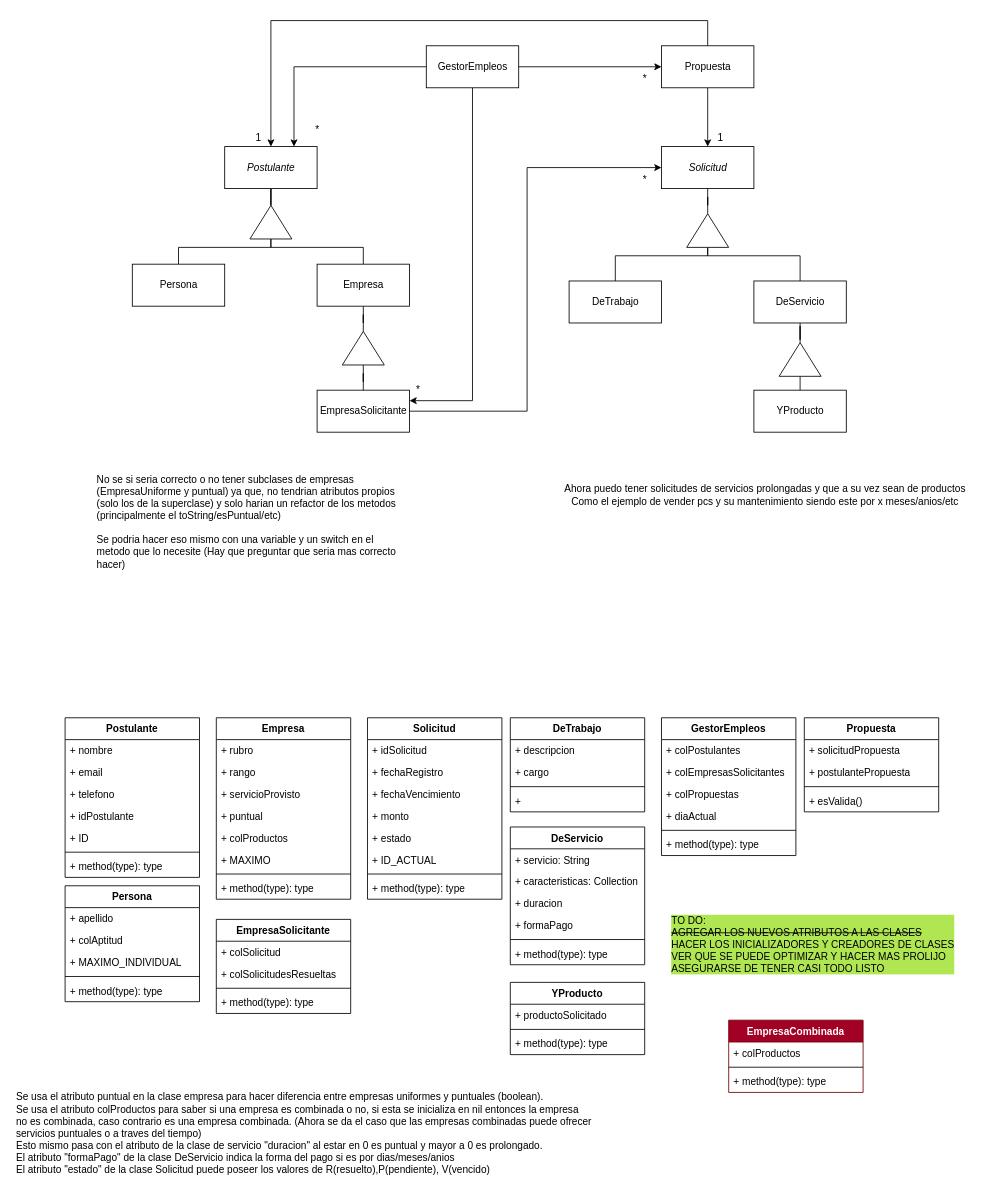
This is page "DiagramaClases" (1 of 8) of TPOFinal_POO.drawio from Torgeck/TPFinalPoo, a draw.io file, before an edit. Source tidied: cells renumbered, new cells numbered last; positions are measured from the earlier drawing's top-left corner, leaving out a move shared by most shapes. Both pictures are drawn from the tidied source at 84%, with x=0, y=0 at pixel (14, 20).
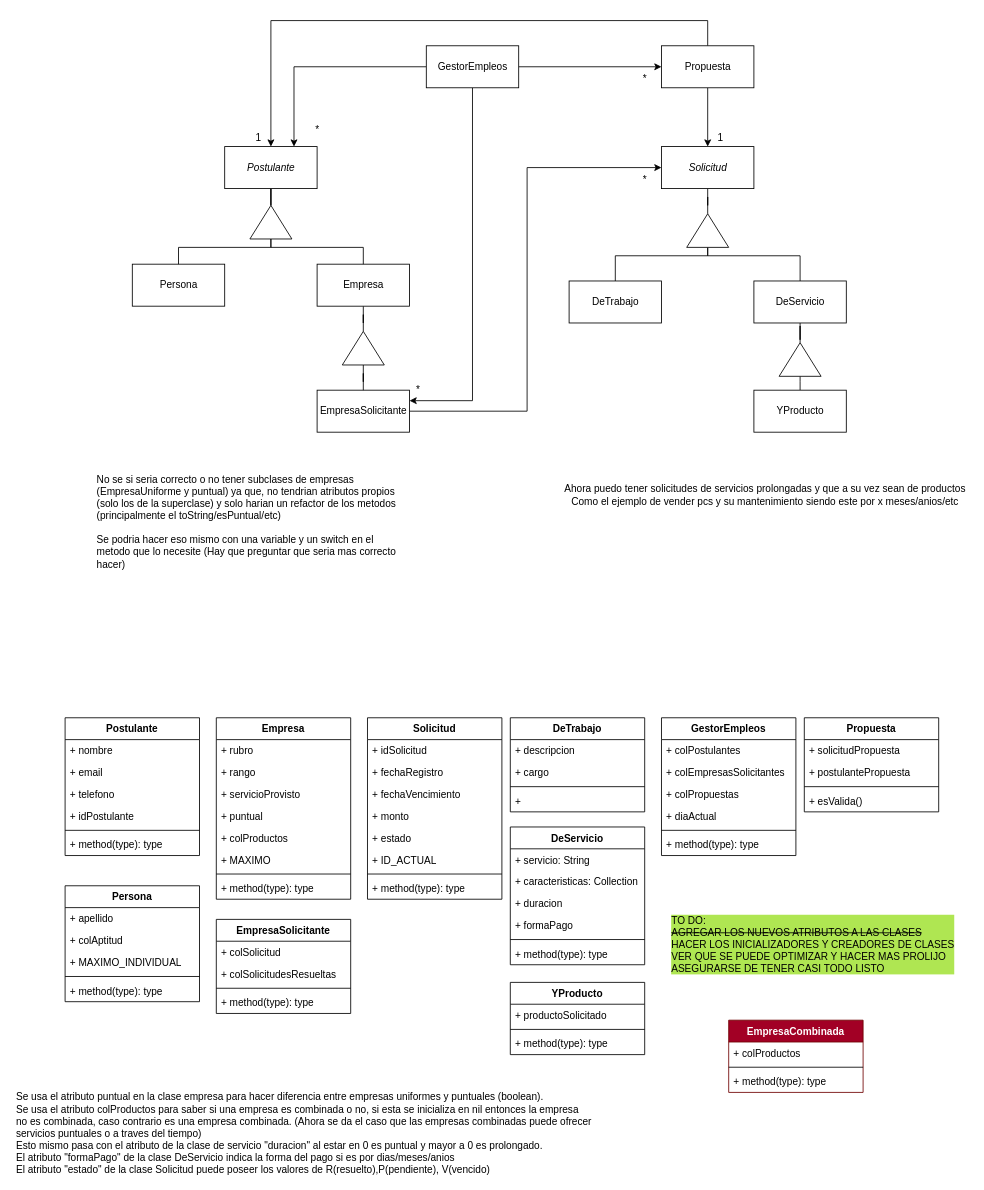
The same page after the edit.

What changed in the source:
```diff
@@
     <mxCell id="29" value="Postulante" style="swimlane;fontStyle=1;align=center;verticalAlign=top;horizontal=1;startSize=26;" parent="1" vertex="1">
-      <mxGeometry x="60" y="830" width="160" height="190" as="geometry" />
+      <mxGeometry x="60" y="830" width="160" height="164" as="geometry" />
     </mxCell>
@@
-    <mxCell id="34" value="+ ID" style="text;strokeColor=none;fillColor=none;align=left;verticalAlign=top;spacingLeft=4;spacingRight=4;overflow=hidden;" parent="29" vertex="1">
-      <mxGeometry y="130" width="160" height="26" as="geometry" />
-    </mxCell>
     <mxCell id="35" style="line;strokeWidth=1;fillColor=none;align=left;verticalAlign=middle;spacingTop=-1;spacingLeft=3;spacingRight=3;labelPosition=right;" parent="29" vertex="1">
-      <mxGeometry y="156" width="160" height="8" as="geometry" />
+      <mxGeometry y="130" width="160" height="8" as="geometry" />
     </mxCell>
     <mxCell id="36" value="+ method(type): type" style="text;strokeColor=none;fillColor=none;align=left;verticalAlign=top;spacingLeft=4;spacingRight=4;overflow=hidden;" parent="29" vertex="1">
-      <mxGeometry y="164" width="160" height="26" as="geometry" />
+      <mxGeometry y="138" width="160" height="26" as="geometry" />
     </mxCell>
```
